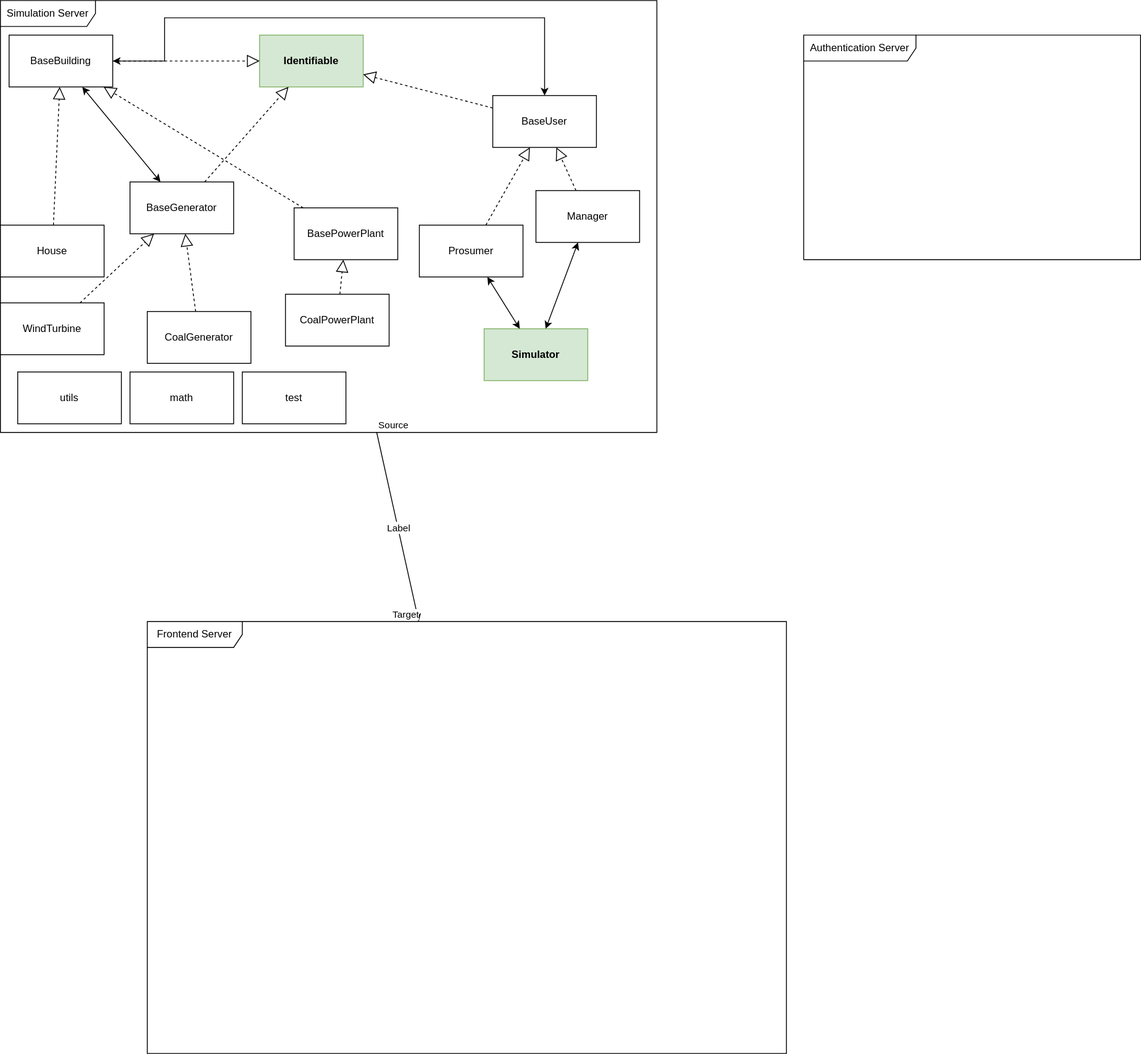
This is system-architecture.svg from MarqusJonsson/M7011E, a draw.io export, as it was before one commit. Source tidied: cells renumbered, new cells last; positions are measured from the earlier drawing's top-left corner, leaving out a move shared by most shapes.
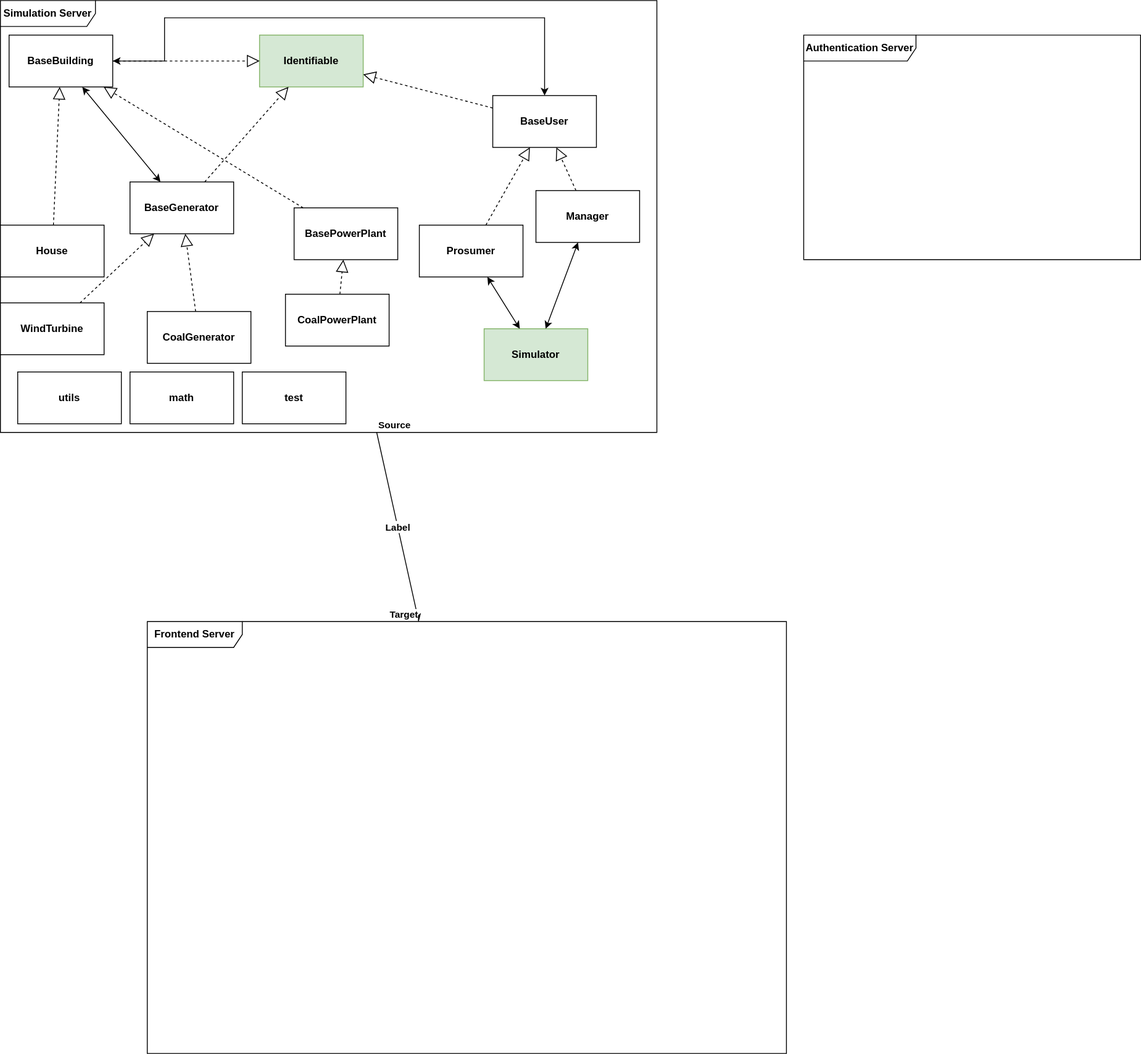
Above is the later version.

What changed in the source:
```diff
@@ -2,91 +2,91 @@
   <root>
     <mxCell id="0" />
     <mxCell id="1" parent="0" />
-    <mxCell id="2" value="Simulation Server" style="shape=umlFrame;whiteSpace=wrap;html=1;width=110;height=30;" parent="1" vertex="1">
+    <mxCell id="2" value="Simulation Server" style="shape=umlFrame;whiteSpace=wrap;html=1;width=110;height=30;fontStyle=1;" parent="1" vertex="1">
       <mxGeometry width="760" height="500" as="geometry" />
     </mxCell>
-    <mxCell id="3" value="Authentication Server" style="shape=umlFrame;whiteSpace=wrap;html=1;width=130;height=30;" parent="1" vertex="1">
+    <mxCell id="3" value="Authentication Server" style="shape=umlFrame;whiteSpace=wrap;html=1;width=130;height=30;fontStyle=1;" parent="1" vertex="1">
       <mxGeometry x="930" y="40" width="390" height="260" as="geometry" />
     </mxCell>
-    <mxCell id="4" value="Frontend Server" style="shape=umlFrame;whiteSpace=wrap;html=1;width=110;height=30;" parent="1" vertex="1">
+    <mxCell id="4" value="Frontend Server" style="shape=umlFrame;whiteSpace=wrap;html=1;width=110;height=30;fontStyle=1;" parent="1" vertex="1">
       <mxGeometry x="170" y="719" width="740" height="500" as="geometry" />
     </mxCell>
-    <mxCell id="5" value="Label" style="endArrow=classic;html=1;" parent="1" edge="1" source="2" target="4">
+    <mxCell id="5" value="Label" style="endArrow=classic;html=1;fontStyle=1;" parent="1" edge="1" source="2" target="4">
       <mxGeometry relative="1" as="geometry" />
     </mxCell>
-    <mxCell id="6" value="Label" style="edgeLabel;html=1;align=center;verticalAlign=middle;" parent="5" vertex="1">
+    <mxCell id="6" value="Label" style="edgeLabel;html=1;align=center;verticalAlign=middle;fontStyle=1;" parent="5" vertex="1">
       <mxGeometry relative="1" as="geometry" />
     </mxCell>
-    <mxCell id="7" value="Source" style="edgeLabel;html=1;align=left;verticalAlign=bottom;" parent="5" vertex="1">
+    <mxCell id="7" value="Source" style="edgeLabel;html=1;align=left;verticalAlign=bottom;fontStyle=1;" parent="5" vertex="1">
       <mxGeometry x="-1" relative="1" as="geometry" />
     </mxCell>
-    <mxCell id="8" value="Target" style="edgeLabel;html=1;align=right;verticalAlign=bottom;" parent="5" vertex="1">
+    <mxCell id="8" value="Target" style="edgeLabel;html=1;align=right;verticalAlign=bottom;fontStyle=1;" parent="5" vertex="1">
       <mxGeometry x="1" relative="1" as="geometry" />
     </mxCell>
-    <mxCell id="9" value="BasePowerPlant" style="rounded=0;whiteSpace=wrap;html=1;" parent="1" vertex="1">
+    <mxCell id="9" value="BasePowerPlant" style="rounded=0;whiteSpace=wrap;html=1;fontStyle=1;" parent="1" vertex="1">
       <mxGeometry x="340" y="240" width="120" height="60" as="geometry" />
     </mxCell>
-    <mxCell id="10" value="BaseBuilding" style="rounded=0;whiteSpace=wrap;html=1;" parent="1" vertex="1">
+    <mxCell id="10" value="BaseBuilding" style="rounded=0;whiteSpace=wrap;html=1;fontStyle=1;" parent="1" vertex="1">
       <mxGeometry x="10" y="40" width="120" height="60" as="geometry" />
     </mxCell>
-    <mxCell id="11" value="BaseUser" style="rounded=0;whiteSpace=wrap;html=1;" parent="1" vertex="1">
+    <mxCell id="11" value="BaseUser" style="rounded=0;whiteSpace=wrap;html=1;fontStyle=1;" parent="1" vertex="1">
       <mxGeometry x="570" y="110" width="120" height="60" as="geometry" />
     </mxCell>
-    <mxCell id="12" value="House" style="rounded=0;whiteSpace=wrap;html=1;" parent="1" vertex="1">
+    <mxCell id="12" value="House" style="rounded=0;whiteSpace=wrap;html=1;fontStyle=1;" parent="1" vertex="1">
       <mxGeometry y="260" width="120" height="60" as="geometry" />
     </mxCell>
-    <mxCell id="13" style="endArrow=block;dashed=1;endFill=0;endSize=12;html=1;" parent="1" edge="1" source="12" target="10">
+    <mxCell id="13" style="endArrow=block;dashed=1;endFill=0;endSize=12;html=1;fontStyle=1;" parent="1" edge="1" source="12" target="10">
       <mxGeometry relative="1" as="geometry" />
     </mxCell>
-    <mxCell id="14" style="endArrow=block;dashed=1;endFill=0;endSize=12;html=1;" parent="1" edge="1" source="9" target="10">
+    <mxCell id="14" style="endArrow=block;dashed=1;endFill=0;endSize=12;html=1;fontStyle=1;" parent="1" edge="1" source="9" target="10">
       <mxGeometry relative="1" as="geometry" />
     </mxCell>
-    <mxCell id="15" value="Manager" style="rounded=0;whiteSpace=wrap;html=1;" parent="1" vertex="1">
+    <mxCell id="15" value="Manager" style="rounded=0;whiteSpace=wrap;html=1;fontStyle=1;" parent="1" vertex="1">
       <mxGeometry x="620" y="220" width="120" height="60" as="geometry" />
     </mxCell>
-    <mxCell id="16" value="Prosumer" style="rounded=0;whiteSpace=wrap;html=1;" parent="1" vertex="1">
+    <mxCell id="16" value="Prosumer" style="rounded=0;whiteSpace=wrap;html=1;fontStyle=1;" parent="1" vertex="1">
       <mxGeometry x="485" y="260" width="120" height="60" as="geometry" />
     </mxCell>
-    <mxCell id="17" style="endArrow=block;dashed=1;endFill=0;endSize=12;html=1;" parent="1" edge="1" source="16" target="11">
+    <mxCell id="17" style="endArrow=block;dashed=1;endFill=0;endSize=12;html=1;fontStyle=1;" parent="1" edge="1" source="16" target="11">
       <mxGeometry relative="1" as="geometry" />
     </mxCell>
-    <mxCell id="18" style="endArrow=block;dashed=1;endFill=0;endSize=12;html=1;" parent="1" edge="1" source="15" target="11">
+    <mxCell id="18" style="endArrow=block;dashed=1;endFill=0;endSize=12;html=1;fontStyle=1;" parent="1" edge="1" source="15" target="11">
       <mxGeometry relative="1" as="geometry" />
     </mxCell>
-    <mxCell id="19" value="BaseGenerator" style="rounded=0;whiteSpace=wrap;html=1;" parent="1" vertex="1">
+    <mxCell id="19" value="BaseGenerator" style="rounded=0;whiteSpace=wrap;html=1;fontStyle=1;" parent="1" vertex="1">
       <mxGeometry x="150" y="210" width="120" height="60" as="geometry" />
     </mxCell>
-    <mxCell id="20" value="CoalPowerPlant" style="rounded=0;whiteSpace=wrap;html=1;" parent="1" vertex="1">
+    <mxCell id="20" value="CoalPowerPlant" style="rounded=0;whiteSpace=wrap;html=1;fontStyle=1;" parent="1" vertex="1">
       <mxGeometry x="330" y="340" width="120" height="60" as="geometry" />
     </mxCell>
-    <mxCell id="21" style="endArrow=block;dashed=1;endFill=0;endSize=12;html=1;" parent="1" edge="1" source="20" target="9">
+    <mxCell id="21" style="endArrow=block;dashed=1;endFill=0;endSize=12;html=1;fontStyle=1;" parent="1" edge="1" source="20" target="9">
       <mxGeometry relative="1" as="geometry" />
     </mxCell>
-    <mxCell id="22" value="WindTurbine" style="rounded=0;whiteSpace=wrap;html=1;" parent="1" vertex="1">
+    <mxCell id="22" value="WindTurbine" style="rounded=0;whiteSpace=wrap;html=1;fontStyle=1;" parent="1" vertex="1">
       <mxGeometry y="350" width="120" height="60" as="geometry" />
     </mxCell>
-    <mxCell id="23" style="endArrow=block;dashed=1;endFill=0;endSize=12;html=1;" parent="1" edge="1" source="22" target="19">
+    <mxCell id="23" style="endArrow=block;dashed=1;endFill=0;endSize=12;html=1;fontStyle=1;" parent="1" edge="1" source="22" target="19">
       <mxGeometry relative="1" as="geometry" />
     </mxCell>
-    <mxCell id="24" value="CoalGenerator" style="rounded=0;whiteSpace=wrap;html=1;" parent="1" vertex="1">
+    <mxCell id="24" value="CoalGenerator" style="rounded=0;whiteSpace=wrap;html=1;fontStyle=1;" parent="1" vertex="1">
       <mxGeometry x="170" y="360" width="120" height="60" as="geometry" />
     </mxCell>
-    <mxCell id="25" style="endArrow=block;dashed=1;endFill=0;endSize=12;html=1;" parent="1" edge="1" source="24" target="19">
+    <mxCell id="25" style="endArrow=block;dashed=1;endFill=0;endSize=12;html=1;fontStyle=1;" parent="1" edge="1" source="24" target="19">
       <mxGeometry relative="1" as="geometry" />
     </mxCell>
-    <mxCell id="26" value="&lt;b&gt;Simulator&lt;/b&gt;" style="rounded=0;whiteSpace=wrap;html=1;fillColor=#d5e8d4;strokeColor=#82b366;" parent="1" vertex="1">
+    <mxCell id="26" value="&lt;span&gt;Simulator&lt;/span&gt;" style="rounded=0;whiteSpace=wrap;html=1;fillColor=#d5e8d4;strokeColor=#82b366;fontStyle=1;" parent="1" vertex="1">
       <mxGeometry x="560" y="380" width="120" height="60" as="geometry" />
     </mxCell>
-    <mxCell id="27" value="utils" style="rounded=0;whiteSpace=wrap;html=1;" parent="1" vertex="1">
+    <mxCell id="27" value="utils" style="rounded=0;whiteSpace=wrap;html=1;fontStyle=1;" parent="1" vertex="1">
       <mxGeometry x="20" y="430" width="120" height="60" as="geometry" />
     </mxCell>
-    <mxCell id="28" value="math" style="rounded=0;whiteSpace=wrap;html=1;" parent="1" vertex="1">
+    <mxCell id="28" value="math" style="rounded=0;whiteSpace=wrap;html=1;fontStyle=1;" parent="1" vertex="1">
       <mxGeometry x="150" y="430" width="120" height="60" as="geometry" />
     </mxCell>
-    <mxCell id="29" value="test" style="rounded=0;whiteSpace=wrap;html=1;" parent="1" vertex="1">
+    <mxCell id="29" value="test" style="rounded=0;whiteSpace=wrap;html=1;fontStyle=1;" parent="1" vertex="1">
       <mxGeometry x="280" y="430" width="120" height="60" as="geometry" />
     </mxCell>
-    <mxCell id="30" style="endArrow=classic;startArrow=classic;html=1;rounded=0;" parent="1" edge="1" source="11" target="10">
+    <mxCell id="30" style="endArrow=classic;startArrow=classic;html=1;rounded=0;fontStyle=1;" parent="1" edge="1" source="11" target="10">
       <mxGeometry relative="1" as="geometry">
         <Array as="points">
           <mxPoint x="630" y="20" />
@@ -95,25 +95,25 @@
         </Array>
       </mxGeometry>
     </mxCell>
-    <mxCell id="31" style="endArrow=classic;startArrow=classic;html=1;" parent="1" edge="1" source="10" target="19">
+    <mxCell id="31" style="endArrow=classic;startArrow=classic;html=1;fontStyle=1;" parent="1" edge="1" source="10" target="19">
       <mxGeometry relative="1" as="geometry" />
     </mxCell>
-    <mxCell id="32" style="endArrow=classic;startArrow=classic;html=1;" parent="1" edge="1" source="16" target="26">
+    <mxCell id="32" style="endArrow=classic;startArrow=classic;html=1;fontStyle=1;" parent="1" edge="1" source="16" target="26">
       <mxGeometry relative="1" as="geometry" />
     </mxCell>
-    <mxCell id="33" style="endArrow=classic;startArrow=classic;html=1;" parent="1" edge="1" source="15" target="26">
+    <mxCell id="33" style="endArrow=classic;startArrow=classic;html=1;fontStyle=1;" parent="1" edge="1" source="15" target="26">
       <mxGeometry relative="1" as="geometry" />
     </mxCell>
-    <mxCell id="34" value="&lt;b&gt;Identifiable&lt;/b&gt;" style="rounded=0;whiteSpace=wrap;html=1;fillColor=#d5e8d4;strokeColor=#82b366;" parent="1" vertex="1">
+    <mxCell id="34" value="&lt;span&gt;Identifiable&lt;/span&gt;" style="rounded=0;whiteSpace=wrap;html=1;fillColor=#d5e8d4;strokeColor=#82b366;fontStyle=1;" parent="1" vertex="1">
       <mxGeometry x="300" y="40" width="120" height="60" as="geometry" />
     </mxCell>
-    <mxCell id="35" style="endArrow=block;dashed=1;endFill=0;endSize=12;html=1;" parent="1" edge="1" source="10" target="34">
+    <mxCell id="35" style="endArrow=block;dashed=1;endFill=0;endSize=12;html=1;fontStyle=1;" parent="1" edge="1" source="10" target="34">
       <mxGeometry relative="1" as="geometry" />
     </mxCell>
-    <mxCell id="36" style="endArrow=block;dashed=1;endFill=0;endSize=12;html=1;" parent="1" edge="1" source="11" target="34">
+    <mxCell id="36" style="endArrow=block;dashed=1;endFill=0;endSize=12;html=1;fontStyle=1;" parent="1" edge="1" source="11" target="34">
       <mxGeometry relative="1" as="geometry" />
     </mxCell>
-    <mxCell id="37" style="endArrow=block;dashed=1;endFill=0;endSize=12;html=1;" parent="1" edge="1" source="19" target="34">
+    <mxCell id="37" style="endArrow=block;dashed=1;endFill=0;endSize=12;html=1;fontStyle=1;" parent="1" edge="1" source="19" target="34">
       <mxGeometry relative="1" as="geometry" />
     </mxCell>
   </root>
```
